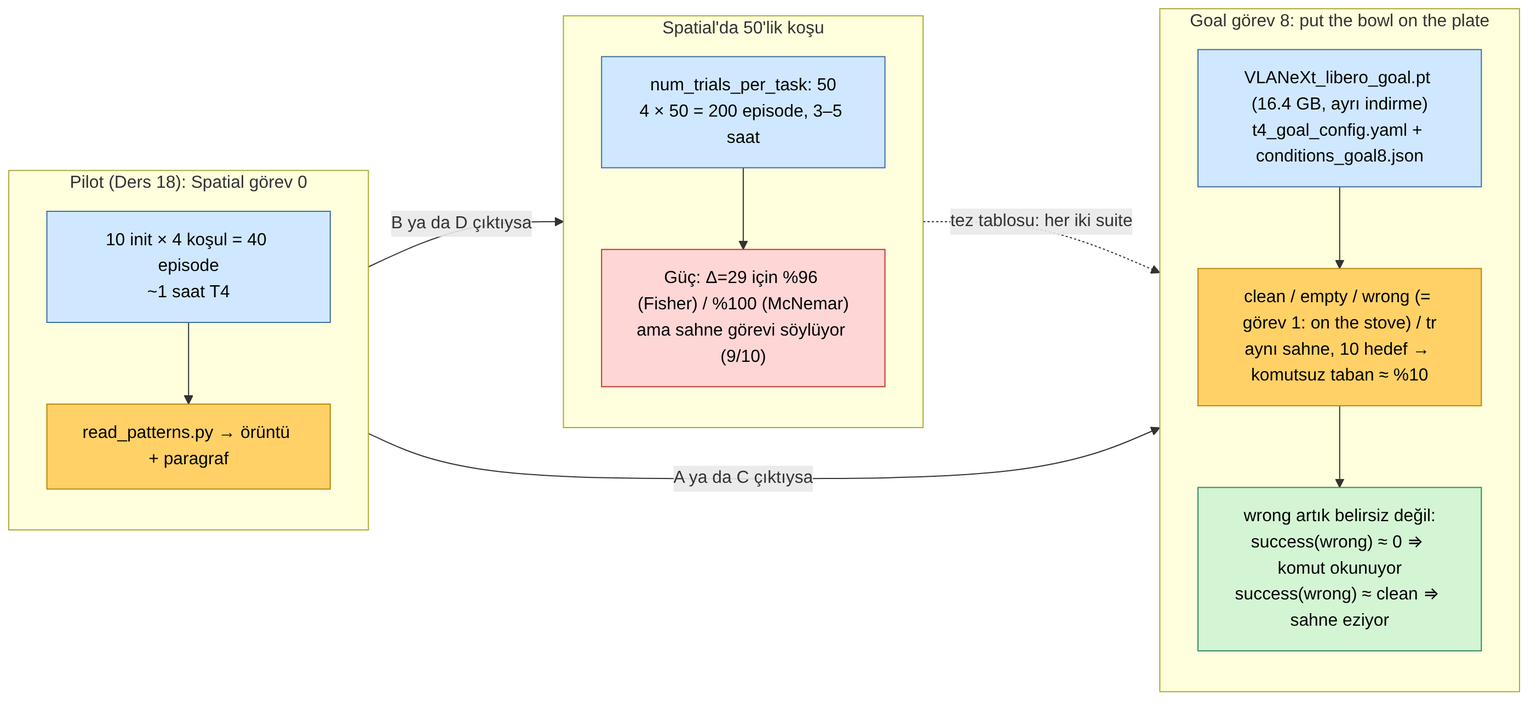
Above: lectures/images/lecture-19/06-goal-plan.png in mesutd0nmez/vla-robot-learning-tr (Mermaid), before the change. Its source is kept beside it as lectures/images/lecture-19/06-goal-plan.mmd. Its diagram source:
```mermaid
flowchart LR
    subgraph P["Pilot (Ders 18): Spatial görev 0"]
        direction TB
        P1["10 init × 4 koşul = 40 episode<br/>~1 saat T4"]:::in
        P2["read_patterns.py → örüntü + paragraf"]:::key
        P1 --> P2
    end
    subgraph S["Spatial'da 50'lik koşu"]
        direction TB
        S1["num_trials_per_task: 50<br/>4 × 50 = 200 episode, 3–5 saat"]:::in
        S2["Güç: Δ=29 için %96 (Fisher) / %100 (McNemar)<br/>ama sahne görevi söylüyor (9/10)"]:::bad
        S1 --> S2
    end
    subgraph G["Goal görev 8: put the bowl on the plate"]
        direction TB
        G1["VLANeXt_libero_goal.pt (16.4 GB, ayrı indirme)<br/>t4_goal_config.yaml + conditions_goal8.json"]:::in
        G2["clean / empty / wrong (= görev 1: on the stove) / tr<br/>aynı sahne, 10 hedef → komutsuz taban ≈ %10"]:::key
        G3["wrong artık belirsiz değil:<br/>success(wrong) ≈ 0 ⇒ komut okunuyor<br/>success(wrong) ≈ clean ⇒ sahne eziyor"]:::out
        G1 --> G2 --> G3
    end
    P2 -->|"A ya da C çıktıysa"| G
    P2 -->|"B ya da D çıktıysa"| S
    S2 -.->|"tez tablosu: her iki suite"| G
    classDef in fill:#cfe8ff,stroke:#3b6fa0,color:#000
    classDef key fill:#ffd166,stroke:#b8860b,color:#000
    classDef out fill:#d4f5d4,stroke:#2e8b57,color:#000
    classDef bad fill:#ffd6d6,stroke:#c0392b,color:#000
```
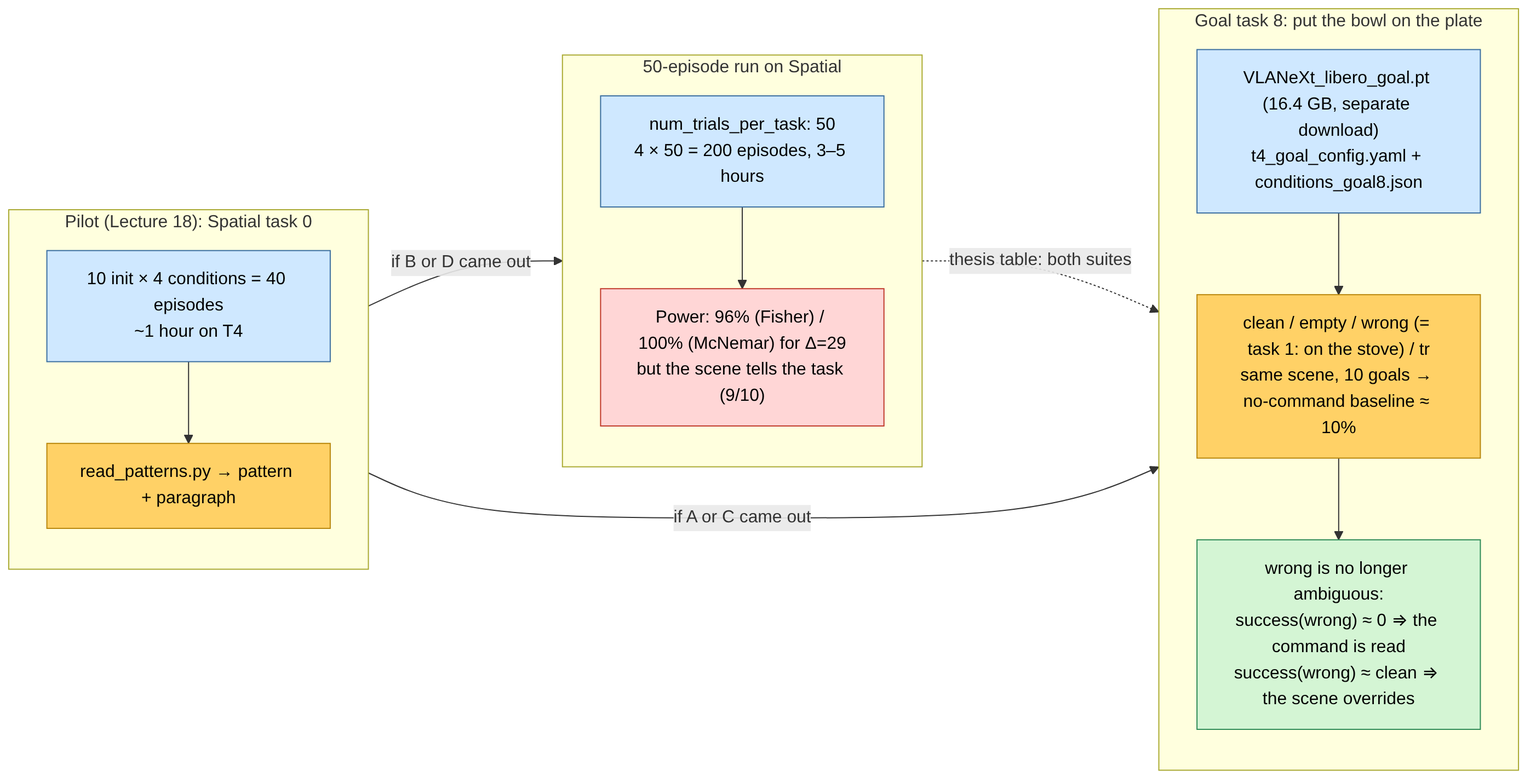
After the commit.

What changed in the source:
```diff
@@ -1,26 +1,26 @@
 flowchart LR
-    subgraph P["Pilot (Ders 18): Spatial görev 0"]
+    subgraph P["Pilot (Lecture 18): Spatial task 0"]
         direction TB
-        P1["10 init × 4 koşul = 40 episode<br/>~1 saat T4"]:::in
-        P2["read_patterns.py → örüntü + paragraf"]:::key
+        P1["10 init × 4 conditions = 40 episodes<br/>~1 hour on T4"]:::in
+        P2["read_patterns.py → pattern + paragraph"]:::key
         P1 --> P2
     end
-    subgraph S["Spatial'da 50'lik koşu"]
+    subgraph S["50-episode run on Spatial"]
         direction TB
-        S1["num_trials_per_task: 50<br/>4 × 50 = 200 episode, 3–5 saat"]:::in
-        S2["Güç: Δ=29 için %96 (Fisher) / %100 (McNemar)<br/>ama sahne görevi söylüyor (9/10)"]:::bad
+        S1["num_trials_per_task: 50<br/>4 × 50 = 200 episodes, 3–5 hours"]:::in
+        S2["Power: 96% (Fisher) / 100% (McNemar) for Δ=29<br/>but the scene tells the task (9/10)"]:::bad
         S1 --> S2
     end
-    subgraph G["Goal görev 8: put the bowl on the plate"]
+    subgraph G["Goal task 8: put the bowl on the plate"]
         direction TB
-        G1["VLANeXt_libero_goal.pt (16.4 GB, ayrı indirme)<br/>t4_goal_config.yaml + conditions_goal8.json"]:::in
-        G2["clean / empty / wrong (= görev 1: on the stove) / tr<br/>aynı sahne, 10 hedef → komutsuz taban ≈ %10"]:::key
-        G3["wrong artık belirsiz değil:<br/>success(wrong) ≈ 0 ⇒ komut okunuyor<br/>success(wrong) ≈ clean ⇒ sahne eziyor"]:::out
+        G1["VLANeXt_libero_goal.pt (16.4 GB, separate download)<br/>t4_goal_config.yaml + conditions_goal8.json"]:::in
+        G2["clean / empty / wrong (= task 1: on the stove) / tr<br/>same scene, 10 goals → no-command baseline ≈ 10%"]:::key
+        G3["wrong is no longer ambiguous:<br/>success(wrong) ≈ 0 ⇒ the command is read<br/>success(wrong) ≈ clean ⇒ the scene overrides"]:::out
         G1 --> G2 --> G3
     end
-    P2 -->|"A ya da C çıktıysa"| G
-    P2 -->|"B ya da D çıktıysa"| S
-    S2 -.->|"tez tablosu: her iki suite"| G
+    P2 -->|"if A or C came out"| G
+    P2 -->|"if B or D came out"| S
+    S2 -.->|"thesis table: both suites"| G
     classDef in fill:#cfe8ff,stroke:#3b6fa0,color:#000
     classDef key fill:#ffd166,stroke:#b8860b,color:#000
     classDef out fill:#d4f5d4,stroke:#2e8b57,color:#000
```
